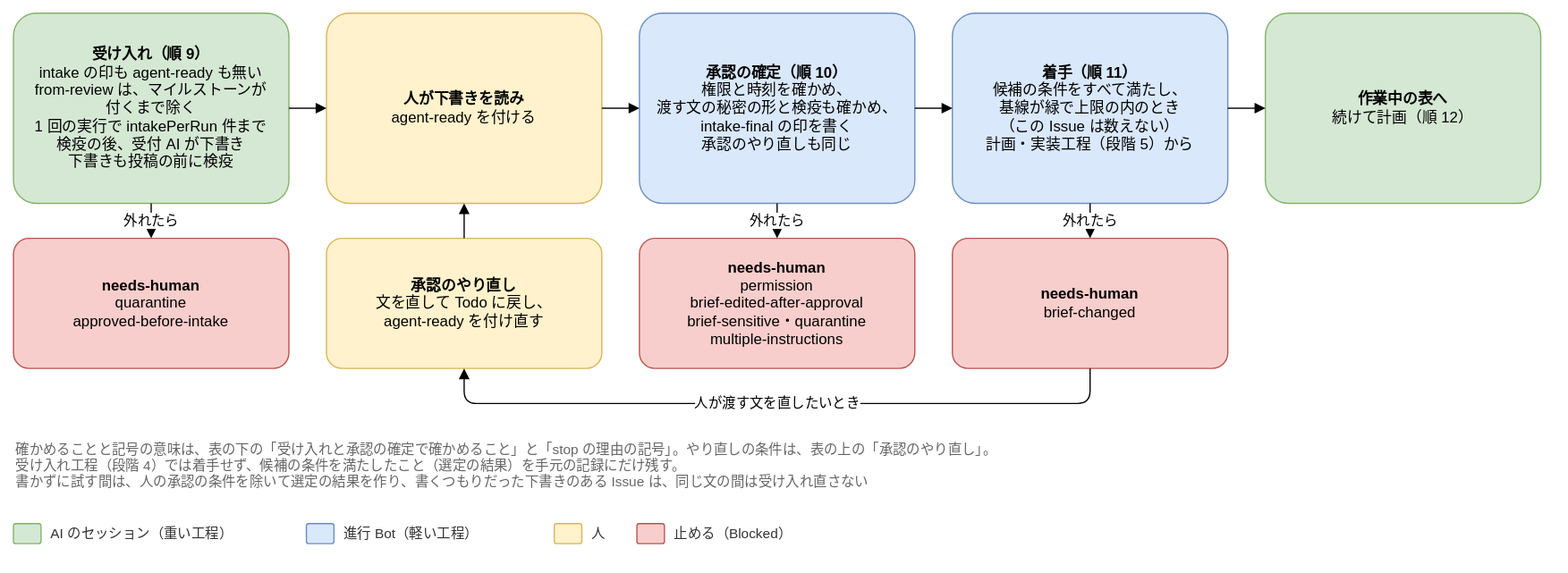
Joymerrevent/dev-autopilot keeps this draw.io diagram as docs/design/basic/diagrams/02-next-step-before-start.drawio.svg. Above is the earlier version. Source tidied: cells renumbered, new cells last; positions are measured from the earlier drawing's top-left corner, leaving out a move shared by most shapes.
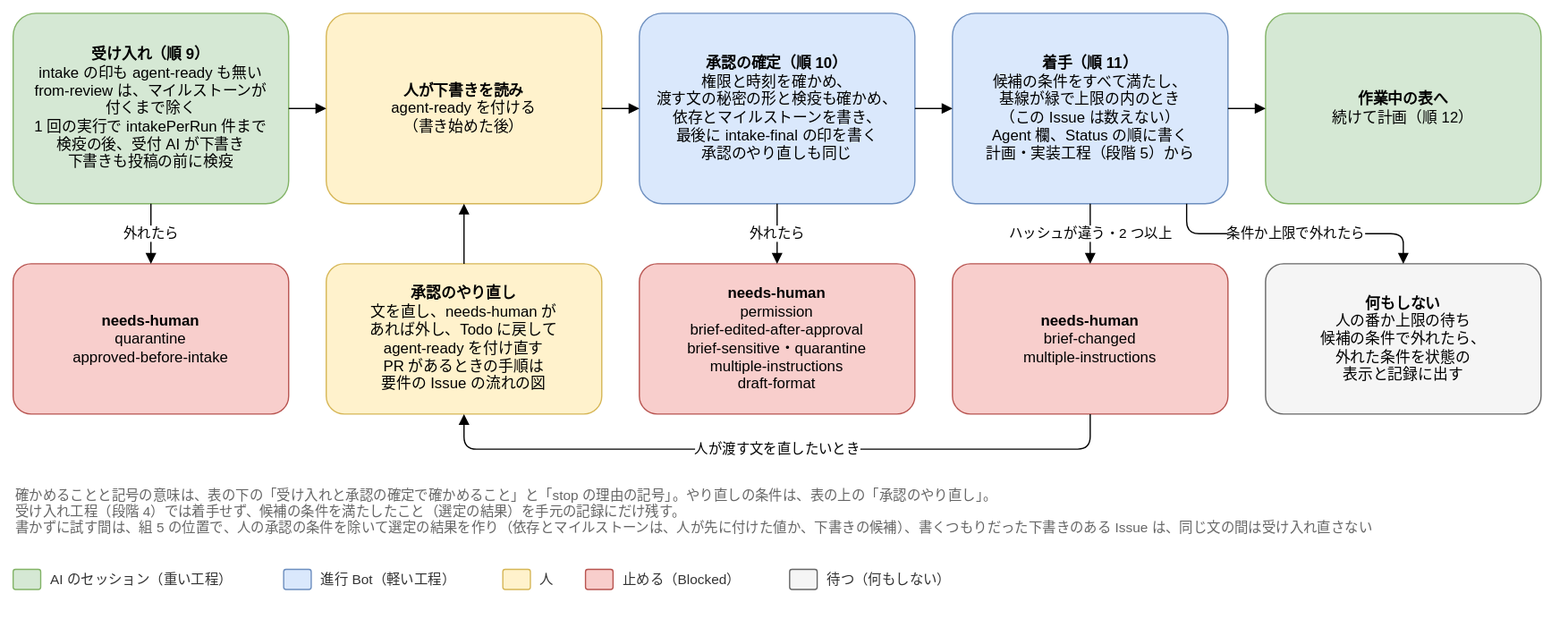
After the change.

Diff of the diagram source:
```diff
@@ -5,19 +5,19 @@
     <mxCell id="2" value="&lt;b&gt;受け入れ（順 9）&lt;/b&gt;&lt;br&gt;intake の印も agent-ready も無い&lt;br&gt;from-review は、マイルストーンが&lt;br&gt;付くまで除く&lt;br&gt;1 回の実行で intakePerRun 件まで&lt;br&gt;検疫の後、受付 AI が下書き&lt;br&gt;下書きも投稿の前に検疫" style="rounded=1;whiteSpace=wrap;html=1;fontSize=12;arcSize=12;spacing=12;fillColor=#d5e8d4;strokeColor=#82b366;" parent="1" vertex="1">
       <mxGeometry width="220" height="152" as="geometry" />
     </mxCell>
-    <mxCell id="3" value="&lt;b&gt;人が下書きを読み&lt;/b&gt;&lt;br&gt;agent-ready を付ける" style="rounded=1;whiteSpace=wrap;html=1;fontSize=12;arcSize=12;spacing=12;fillColor=#fff2cc;strokeColor=#d6b656;" parent="1" vertex="1">
+    <mxCell id="3" value="&lt;b&gt;人が下書きを読み&lt;/b&gt;&lt;br&gt;agent-ready を付ける&lt;br&gt;（書き始めた後）" style="rounded=1;whiteSpace=wrap;html=1;fontSize=12;arcSize=12;spacing=12;fillColor=#fff2cc;strokeColor=#d6b656;" parent="1" vertex="1">
       <mxGeometry x="250" width="220" height="152" as="geometry" />
     </mxCell>
     <mxCell id="4" style="edgeStyle=orthogonalEdgeStyle;rounded=1;html=1;endArrow=block;endFill=1;fontSize=11;labelBackgroundColor=#ffffff;exitX=1;exitY=0.5;exitDx=0;exitDy=0;entryX=0;entryY=0.5;entryDx=0;entryDy=0;" parent="1" edge="1" source="2" target="3">
       <mxGeometry relative="1" as="geometry" />
     </mxCell>
-    <mxCell id="5" value="&lt;b&gt;承認の確定（順 10）&lt;/b&gt;&lt;br&gt;権限と時刻を確かめ、&lt;br&gt;渡す文の秘密の形と検疫も確かめ、&lt;br&gt;intake-final の印を書く&lt;br&gt;承認のやり直しも同じ" style="rounded=1;whiteSpace=wrap;html=1;fontSize=12;arcSize=12;spacing=12;fillColor=#dae8fc;strokeColor=#6c8ebf;" parent="1" vertex="1">
+    <mxCell id="5" value="&lt;b&gt;承認の確定（順 10）&lt;/b&gt;&lt;br&gt;権限と時刻を確かめ、&lt;br&gt;渡す文の秘密の形と検疫も確かめ、&lt;br&gt;依存とマイルストーンを書き、&lt;br&gt;最後に intake-final の印を書く&lt;br&gt;承認のやり直しも同じ" style="rounded=1;whiteSpace=wrap;html=1;fontSize=12;arcSize=12;spacing=12;fillColor=#dae8fc;strokeColor=#6c8ebf;" parent="1" vertex="1">
       <mxGeometry x="500" width="220" height="152" as="geometry" />
     </mxCell>
     <mxCell id="6" style="edgeStyle=orthogonalEdgeStyle;rounded=1;html=1;endArrow=block;endFill=1;fontSize=11;labelBackgroundColor=#ffffff;exitX=1;exitY=0.5;exitDx=0;exitDy=0;entryX=0;entryY=0.5;entryDx=0;entryDy=0;" parent="1" edge="1" source="3" target="5">
       <mxGeometry relative="1" as="geometry" />
     </mxCell>
-    <mxCell id="7" value="&lt;b&gt;着手（順 11）&lt;/b&gt;&lt;br&gt;候補の条件をすべて満たし、&lt;br&gt;基線が緑で上限の内のとき&lt;br&gt;（この Issue は数えない）&lt;br&gt;計画・実装工程（段階 5）から" style="rounded=1;whiteSpace=wrap;html=1;fontSize=12;arcSize=12;spacing=12;fillColor=#dae8fc;strokeColor=#6c8ebf;" parent="1" vertex="1">
+    <mxCell id="7" value="&lt;b&gt;着手（順 11）&lt;/b&gt;&lt;br&gt;候補の条件をすべて満たし、&lt;br&gt;基線が緑で上限の内のとき&lt;br&gt;（この Issue は数えない）&lt;br&gt;Agent 欄、Status の順に書く&lt;br&gt;計画・実装工程（段階 5）から" style="rounded=1;whiteSpace=wrap;html=1;fontSize=12;arcSize=12;spacing=12;fillColor=#dae8fc;strokeColor=#6c8ebf;" parent="1" vertex="1">
       <mxGeometry x="750" width="220" height="152" as="geometry" />
     </mxCell>
     <mxCell id="8" style="edgeStyle=orthogonalEdgeStyle;rounded=1;html=1;endArrow=block;endFill=1;fontSize=11;labelBackgroundColor=#ffffff;exitX=1;exitY=0.5;exitDx=0;exitDy=0;entryX=0;entryY=0.5;entryDx=0;entryDy=0;" parent="1" edge="1" source="5" target="7">
@@ -29,32 +29,14 @@
     <mxCell id="10" style="edgeStyle=orthogonalEdgeStyle;rounded=1;html=1;endArrow=block;endFill=1;fontSize=11;labelBackgroundColor=#ffffff;exitX=1;exitY=0.5;exitDx=0;exitDy=0;entryX=0;entryY=0.5;entryDx=0;entryDy=0;" parent="1" edge="1" source="7" target="9">
       <mxGeometry relative="1" as="geometry" />
     </mxCell>
-    <mxCell id="11" style="rounded=1;whiteSpace=wrap;html=1;fontSize=12;arcSize=12;spacing=12;fillColor=#d5e8d4;strokeColor=#82b366;" parent="1" vertex="1">
-      <mxGeometry y="408" width="22" height="16" as="geometry" />
-    </mxCell>
-    <mxCell id="12" value="AI のセッション（重い工程）" style="text;html=1;align=left;verticalAlign=middle;fontSize=11;fontColor=#333333;" parent="1" vertex="1">
-      <mxGeometry x="28" y="406" width="190" height="20" as="geometry" />
-    </mxCell>
-    <mxCell id="13" style="rounded=1;whiteSpace=wrap;html=1;fontSize=12;arcSize=12;spacing=12;fillColor=#dae8fc;strokeColor=#6c8ebf;" parent="1" vertex="1">
-      <mxGeometry x="234" y="408" width="22" height="16" as="geometry" />
-    </mxCell>
-    <mxCell id="14" value="進行 Bot（軽い工程）" style="text;html=1;align=left;verticalAlign=middle;fontSize=11;fontColor=#333333;" parent="1" vertex="1">
-      <mxGeometry x="262" y="406" width="154" height="20" as="geometry" />
-    </mxCell>
-    <mxCell id="15" style="rounded=1;whiteSpace=wrap;html=1;fontSize=12;arcSize=12;spacing=12;fillColor=#fff2cc;strokeColor=#d6b656;" parent="1" vertex="1">
-      <mxGeometry x="432" y="408" width="22" height="16" as="geometry" />
-    </mxCell>
-    <mxCell id="16" value="人" style="text;html=1;align=left;verticalAlign=middle;fontSize=11;fontColor=#333333;" parent="1" vertex="1">
-      <mxGeometry x="460" y="406" width="22" height="20" as="geometry" />
-    </mxCell>
     <mxCell id="17" value="&lt;b&gt;needs-human&lt;/b&gt;&lt;br&gt;quarantine&lt;br&gt;approved-before-intake" style="rounded=1;whiteSpace=wrap;html=1;fontSize=12;arcSize=12;spacing=12;fillColor=#f8cecc;strokeColor=#b85450;" parent="1" vertex="1">
-      <mxGeometry y="180" width="220" height="104" as="geometry" />
+      <mxGeometry y="200" width="220" height="120" as="geometry" />
     </mxCell>
-    <mxCell id="18" value="&lt;b&gt;needs-human&lt;/b&gt;&lt;br&gt;permission&lt;br&gt;brief-edited-after-approval&lt;br&gt;brief-sensitive・quarantine&lt;br&gt;multiple-instructions" style="rounded=1;whiteSpace=wrap;html=1;fontSize=12;arcSize=12;spacing=12;fillColor=#f8cecc;strokeColor=#b85450;" parent="1" vertex="1">
-      <mxGeometry x="500" y="180" width="220" height="104" as="geometry" />
+    <mxCell id="18" value="&lt;b&gt;needs-human&lt;/b&gt;&lt;br&gt;permission&lt;br&gt;brief-edited-after-approval&lt;br&gt;brief-sensitive・quarantine&lt;br&gt;multiple-instructions&lt;br&gt;draft-format" style="rounded=1;whiteSpace=wrap;html=1;fontSize=12;arcSize=12;spacing=12;fillColor=#f8cecc;strokeColor=#b85450;" parent="1" vertex="1">
+      <mxGeometry x="500" y="200" width="220" height="120" as="geometry" />
     </mxCell>
-    <mxCell id="19" value="&lt;b&gt;needs-human&lt;/b&gt;&lt;br&gt;brief-changed" style="rounded=1;whiteSpace=wrap;html=1;fontSize=12;arcSize=12;spacing=12;fillColor=#f8cecc;strokeColor=#b85450;" parent="1" vertex="1">
-      <mxGeometry x="750" y="180" width="220" height="104" as="geometry" />
+    <mxCell id="19" value="&lt;b&gt;needs-human&lt;/b&gt;&lt;br&gt;brief-changed&lt;br&gt;multiple-instructions" style="rounded=1;whiteSpace=wrap;html=1;fontSize=12;arcSize=12;spacing=12;fillColor=#f8cecc;strokeColor=#b85450;" parent="1" vertex="1">
+      <mxGeometry x="750" y="200" width="220" height="120" as="geometry" />
     </mxCell>
     <mxCell id="20" value="外れたら" style="edgeStyle=orthogonalEdgeStyle;rounded=1;html=1;endArrow=block;endFill=1;fontSize=11;labelBackgroundColor=#ffffff;exitX=0.5;exitY=1;exitDx=0;exitDy=0;entryX=0.5;entryY=0;entryDx=0;entryDy=0;" parent="1" edge="1" source="2" target="17">
       <mxGeometry relative="1" as="geometry" />
@@ -62,31 +44,66 @@
     <mxCell id="21" value="外れたら" style="edgeStyle=orthogonalEdgeStyle;rounded=1;html=1;endArrow=block;endFill=1;fontSize=11;labelBackgroundColor=#ffffff;exitX=0.5;exitY=1;exitDx=0;exitDy=0;entryX=0.5;entryY=0;entryDx=0;entryDy=0;" parent="1" edge="1" source="5" target="18">
       <mxGeometry relative="1" as="geometry" />
     </mxCell>
-    <mxCell id="22" value="外れたら" style="edgeStyle=orthogonalEdgeStyle;rounded=1;html=1;endArrow=block;endFill=1;fontSize=11;labelBackgroundColor=#ffffff;exitX=0.5;exitY=1;exitDx=0;exitDy=0;entryX=0.5;entryY=0;entryDx=0;entryDy=0;" parent="1" edge="1" source="7" target="19">
+    <mxCell id="22" value="ハッシュが違う・2 つ以上" style="edgeStyle=orthogonalEdgeStyle;rounded=1;html=1;endArrow=block;endFill=1;fontSize=11;labelBackgroundColor=#ffffff;exitX=0.5;exitY=1;exitDx=0;exitDy=0;entryX=0.5;entryY=0;entryDx=0;entryDy=0;" parent="1" edge="1" source="7" target="19">
       <mxGeometry relative="1" as="geometry" />
     </mxCell>
-    <mxCell id="23" value="確かめることと記号の意味は、表の下の「受け入れと承認の確定で確かめること」と「stop の理由の記号」。やり直しの条件は、表の上の「承認のやり直し」。&lt;br&gt;受け入れ工程（段階 4）では着手せず、候補の条件を満たしたこと（選定の結果）を手元の記録にだけ残す。&lt;br&gt;書かずに試す間は、人の承認の条件を除いて選定の結果を作り、書くつもりだった下書きのある Issue は、同じ文の間は受け入れ直さない" style="text;html=1;whiteSpace=wrap;align=left;verticalAlign=top;fontSize=11;fontColor=#666666;" parent="1" vertex="1">
-      <mxGeometry y="336" width="1220" height="54" as="geometry" />
+    <mxCell id="23" value="確かめることと記号の意味は、表の下の「受け入れと承認の確定で確かめること」と「stop の理由の記号」。やり直しの条件は、表の上の「承認のやり直し」。&lt;br&gt;受け入れ工程（段階 4）では着手せず、候補の条件を満たしたこと（選定の結果）を手元の記録にだけ残す。&lt;br&gt;書かずに試す間は、組 5 の位置で、人の承認の条件を除いて選定の結果を作り（依存とマイルストーンは、人が先に付けた値か、下書きの候補）、書くつもりだった下書きのある Issue は、同じ文の間は受け入れ直さない" style="text;html=1;whiteSpace=wrap;align=left;verticalAlign=top;fontSize=11;fontColor=#666666;" parent="1" vertex="1">
+      <mxGeometry y="372" width="1220" height="54" as="geometry" />
     </mxCell>
-    <mxCell id="24" style="rounded=1;whiteSpace=wrap;html=1;fontSize=12;arcSize=12;spacing=12;fillColor=#f8cecc;strokeColor=#b85450;" parent="1" vertex="1">
-      <mxGeometry x="498" y="408" width="22" height="16" as="geometry" />
-    </mxCell>
-    <mxCell id="25" value="止める（Blocked）" style="text;html=1;align=left;verticalAlign=middle;fontSize=11;fontColor=#333333;" parent="1" vertex="1">
-      <mxGeometry x="526" y="406" width="130" height="20" as="geometry" />
-    </mxCell>
-    <mxCell id="26" value="&lt;b&gt;承認のやり直し&lt;/b&gt;&lt;br&gt;文を直して Todo に戻し、&lt;br&gt;agent-ready を付け直す" style="rounded=1;whiteSpace=wrap;html=1;fontSize=12;arcSize=12;spacing=12;fillColor=#fff2cc;strokeColor=#d6b656;" parent="1" vertex="1">
-      <mxGeometry x="250" y="180" width="220" height="104" as="geometry" />
+    <mxCell id="26" value="&lt;b&gt;承認のやり直し&lt;/b&gt;&lt;br&gt;文を直し、needs-human が&lt;br&gt;あれば外し、Todo に戻して&lt;br&gt;agent-ready を付け直す&lt;br&gt;PR があるときの手順は&lt;br&gt;要件の Issue の流れの図" style="rounded=1;whiteSpace=wrap;html=1;fontSize=12;arcSize=12;spacing=12;fillColor=#fff2cc;strokeColor=#d6b656;" parent="1" vertex="1">
+      <mxGeometry x="250" y="200" width="220" height="120" as="geometry" />
     </mxCell>
     <mxCell id="27" value="人が渡す文を直したいとき" style="edgeStyle=orthogonalEdgeStyle;rounded=1;html=1;endArrow=block;endFill=1;fontSize=11;labelBackgroundColor=#ffffff;exitX=0.5;exitY=1;exitDx=0;exitDy=0;entryX=0.5;entryY=1;entryDx=0;entryDy=0;" parent="1" edge="1" source="19" target="26">
       <mxGeometry relative="1" as="geometry">
         <Array as="points">
-          <mxPoint x="860" y="312" />
-          <mxPoint x="360" y="312" />
+          <mxPoint x="860" y="348" />
+          <mxPoint x="360" y="348" />
         </Array>
       </mxGeometry>
     </mxCell>
     <mxCell id="28" style="edgeStyle=orthogonalEdgeStyle;rounded=1;html=1;endArrow=block;endFill=1;fontSize=11;labelBackgroundColor=#ffffff;exitX=0.5;exitY=0;exitDx=0;exitDy=0;entryX=0.5;entryY=1;entryDx=0;entryDy=0;" parent="1" edge="1" source="26" target="3">
       <mxGeometry relative="1" as="geometry" />
     </mxCell>
+    <mxCell id="29" value="&lt;b&gt;何もしない&lt;/b&gt;&lt;br&gt;人の番か上限の待ち&lt;br&gt;候補の条件で外れたら、&lt;br&gt;外れた条件を状態の&lt;br&gt;表示と記録に出す" style="rounded=1;whiteSpace=wrap;html=1;fontSize=12;arcSize=12;spacing=12;fillColor=#f5f5f5;strokeColor=#666666;" parent="1" vertex="1">
+      <mxGeometry x="1000" y="200" width="220" height="120" as="geometry" />
+    </mxCell>
+    <mxCell id="30" value="条件か上限で外れたら" style="edgeStyle=orthogonalEdgeStyle;rounded=1;html=1;endArrow=block;endFill=1;fontSize=11;labelBackgroundColor=#ffffff;exitX=0.85;exitY=1;exitDx=0;exitDy=0;entryX=0.5;entryY=0;entryDx=0;entryDy=0;" parent="1" edge="1" source="7" target="29">
+      <mxGeometry relative="1" as="geometry">
+        <Array as="points">
+          <mxPoint x="937" y="176" />
+          <mxPoint x="1110" y="176" />
+        </Array>
+      </mxGeometry>
+    </mxCell>
+    <mxCell id="11" style="rounded=1;whiteSpace=wrap;html=1;fontSize=12;arcSize=12;spacing=12;fillColor=#d5e8d4;strokeColor=#82b366;" parent="1" vertex="1">
+      <mxGeometry y="444" width="22" height="16" as="geometry" />
+    </mxCell>
+    <mxCell id="12" value="AI のセッション（重い工程）" style="text;html=1;align=left;verticalAlign=middle;fontSize=11;fontColor=#333333;" parent="1" vertex="1">
+      <mxGeometry x="28" y="442" width="172" height="20" as="geometry" />
+    </mxCell>
+    <mxCell id="13" style="rounded=1;whiteSpace=wrap;html=1;fontSize=12;arcSize=12;spacing=12;fillColor=#dae8fc;strokeColor=#6c8ebf;" parent="1" vertex="1">
+      <mxGeometry x="216" y="444" width="22" height="16" as="geometry" />
+    </mxCell>
+    <mxCell id="14" value="進行 Bot（軽い工程）" style="text;html=1;align=left;verticalAlign=middle;fontSize=11;fontColor=#333333;" parent="1" vertex="1">
+      <mxGeometry x="244" y="442" width="131" height="20" as="geometry" />
+    </mxCell>
+    <mxCell id="15" style="rounded=1;whiteSpace=wrap;html=1;fontSize=12;arcSize=12;spacing=12;fillColor=#fff2cc;strokeColor=#d6b656;" parent="1" vertex="1">
+      <mxGeometry x="391" y="444" width="22" height="16" as="geometry" />
+    </mxCell>
+    <mxCell id="16" value="人" style="text;html=1;align=left;verticalAlign=middle;fontSize=11;fontColor=#333333;" parent="1" vertex="1">
+      <mxGeometry x="419" y="442" width="22" height="20" as="geometry" />
+    </mxCell>
+    <mxCell id="24" style="rounded=1;whiteSpace=wrap;html=1;fontSize=12;arcSize=12;spacing=12;fillColor=#f8cecc;strokeColor=#b85450;" parent="1" vertex="1">
+      <mxGeometry x="457" y="444" width="22" height="16" as="geometry" />
+    </mxCell>
+    <mxCell id="25" value="止める（Blocked）" style="text;html=1;align=left;verticalAlign=middle;fontSize=11;fontColor=#333333;" parent="1" vertex="1">
+      <mxGeometry x="485" y="442" width="119" height="20" as="geometry" />
+    </mxCell>
+    <mxCell id="31" style="rounded=1;whiteSpace=wrap;html=1;fontSize=12;arcSize=12;spacing=12;fillColor=#f5f5f5;strokeColor=#666666;" parent="1" vertex="1">
+      <mxGeometry x="620" y="444" width="22" height="16" as="geometry" />
+    </mxCell>
+    <mxCell id="32" value="待つ（何もしない）" style="text;html=1;align=left;verticalAlign=middle;fontSize=11;fontColor=#333333;" parent="1" vertex="1">
+      <mxGeometry x="648" y="442" width="118" height="20" as="geometry" />
+    </mxCell>
   </root>
 </mxGraphModel>
```
